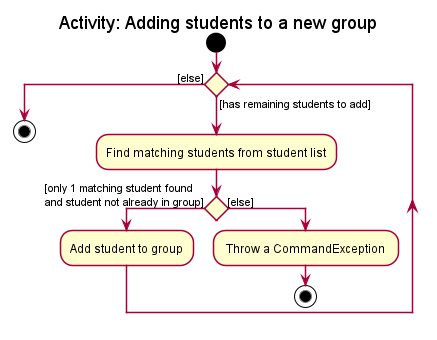
Above: docs/images/AddStudentsToGroupActivityDiagram.png in nus-cs2103-AY2122S1/tp (PlantUML), before the change.
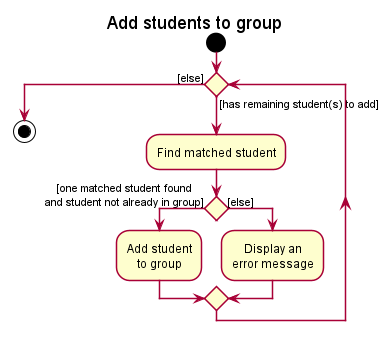
The same diagram one commit later.

What changed in the source:
```diff
@@ -1,17 +1,15 @@
 @startuml
 !include style.puml
 
-title Activity: Adding students to a new group
+title: Add students to group
 
 start
-while () is ([has remaining students to add])
-  :Find matching students from student list;
-  if () then ([only 1 matching student found
-and student not already in group])
-    :Add student to group;
+while () is ([has remaining student(s) to add])
+  :Find matched student;
+  if () then (    [one matched student found\nand student not already in group])
+    :Add student\nto group;
   else ([else])
-    : Throw a CommandException ;
-    stop
+    :Display an\nerror message;
   endif
 endwhile ([else])
 stop
```
